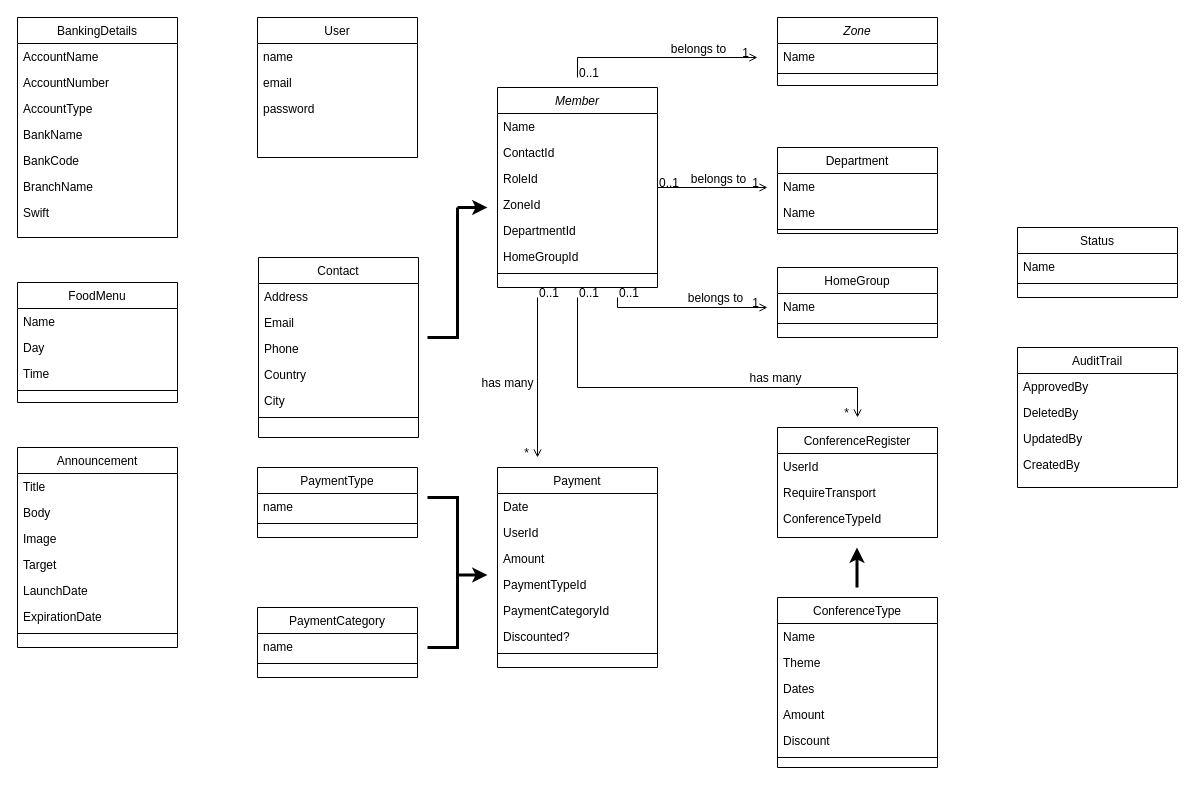
Before: Untitled Diagram.drawio in alphamonline/HIM-Events-App, a draw.io diagram. Source tidied: cells renumbered, new cells numbered last; positions are measured from the earlier drawing's top-left corner, leaving out a move shared by most shapes. Both pictures are drawn from the tidied source at 100%, with x=0, y=0 at pixel (17, 17).
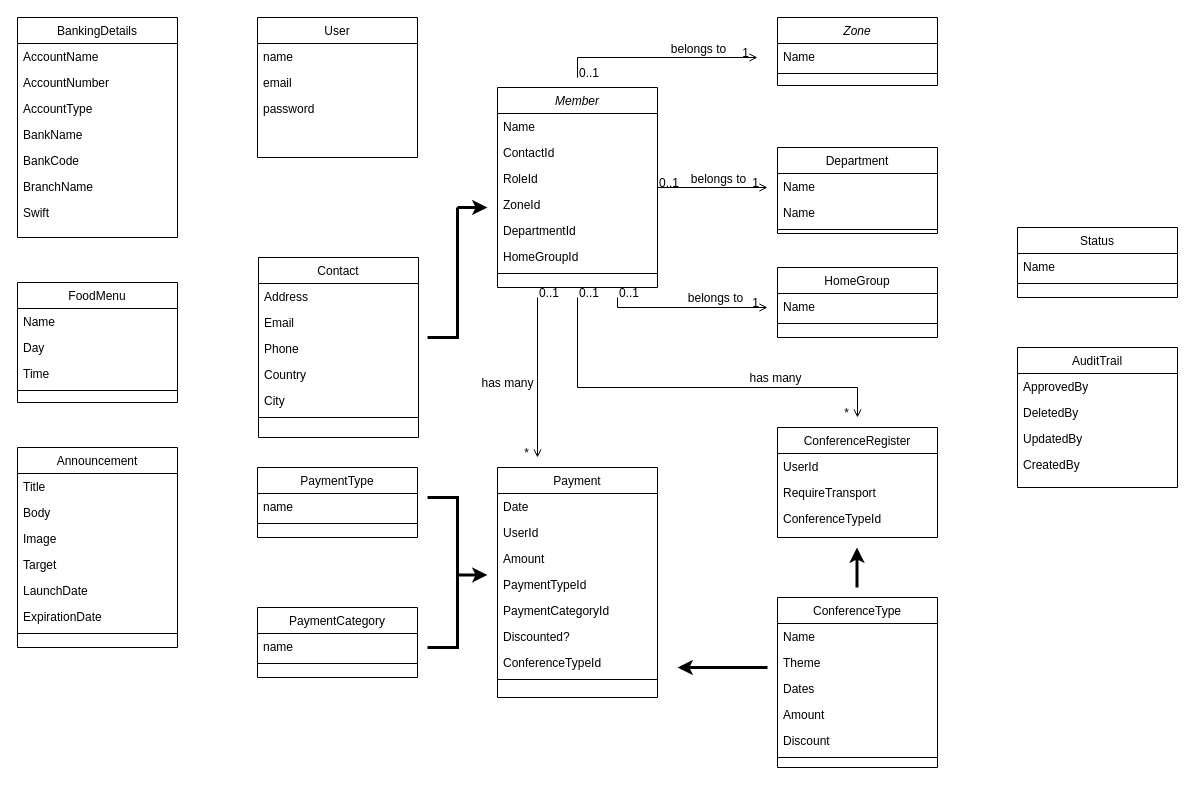
The same page after the edit.

Commit message:
Payments Logic

The edit, as a diff of the source:
```diff
@@
     <mxCell id="51" value="Payment" style="swimlane;fontStyle=0;align=center;verticalAlign=top;horizontal=1;startSize=26;rounded=0;shadow=0;strokeWidth=1;" parent="1" vertex="1">
-      <mxGeometry x="480" y="450" width="160" height="200" as="geometry" />
+      <mxGeometry x="480" y="450" width="160" height="230" as="geometry" />
     </mxCell>
@@
-    <mxCell id="58" style="line;html=1;strokeWidth=1;align=left;verticalAlign=middle;spacingTop=-1;spacingLeft=3;spacingRight=3;labelPosition=right;" parent="51" vertex="1">
-      <mxGeometry y="182" width="160" height="8" as="geometry" />
-    </mxCell>
+    <mxCell id="111" value="ConferenceTypeId" style="text;align=left;verticalAlign=top;spacingLeft=4;spacingRight=4;overflow=hidden;rounded=0;shadow=0;html=0;" parent="51" vertex="1">
+      <mxGeometry y="182" width="160" height="26" as="geometry" />
+    </mxCell>
+    <mxCell id="112" style="line;html=1;strokeWidth=1;align=left;verticalAlign=middle;spacingTop=-1;spacingLeft=3;spacingRight=3;labelPosition=right;" parent="51" vertex="1">
+      <mxGeometry y="208" width="160" height="8" as="geometry" />
+    </mxCell>
@@
+    <mxCell id="113" style="endArrow=classic;html=1;rounded=0;strokeWidth=3;" parent="1" edge="1">
+      <mxGeometry relative="1" as="geometry">
+        <mxPoint x="750" y="650" as="sourcePoint" />
+        <mxPoint x="660" y="650" as="targetPoint" />
+      </mxGeometry>
+    </mxCell>
```
